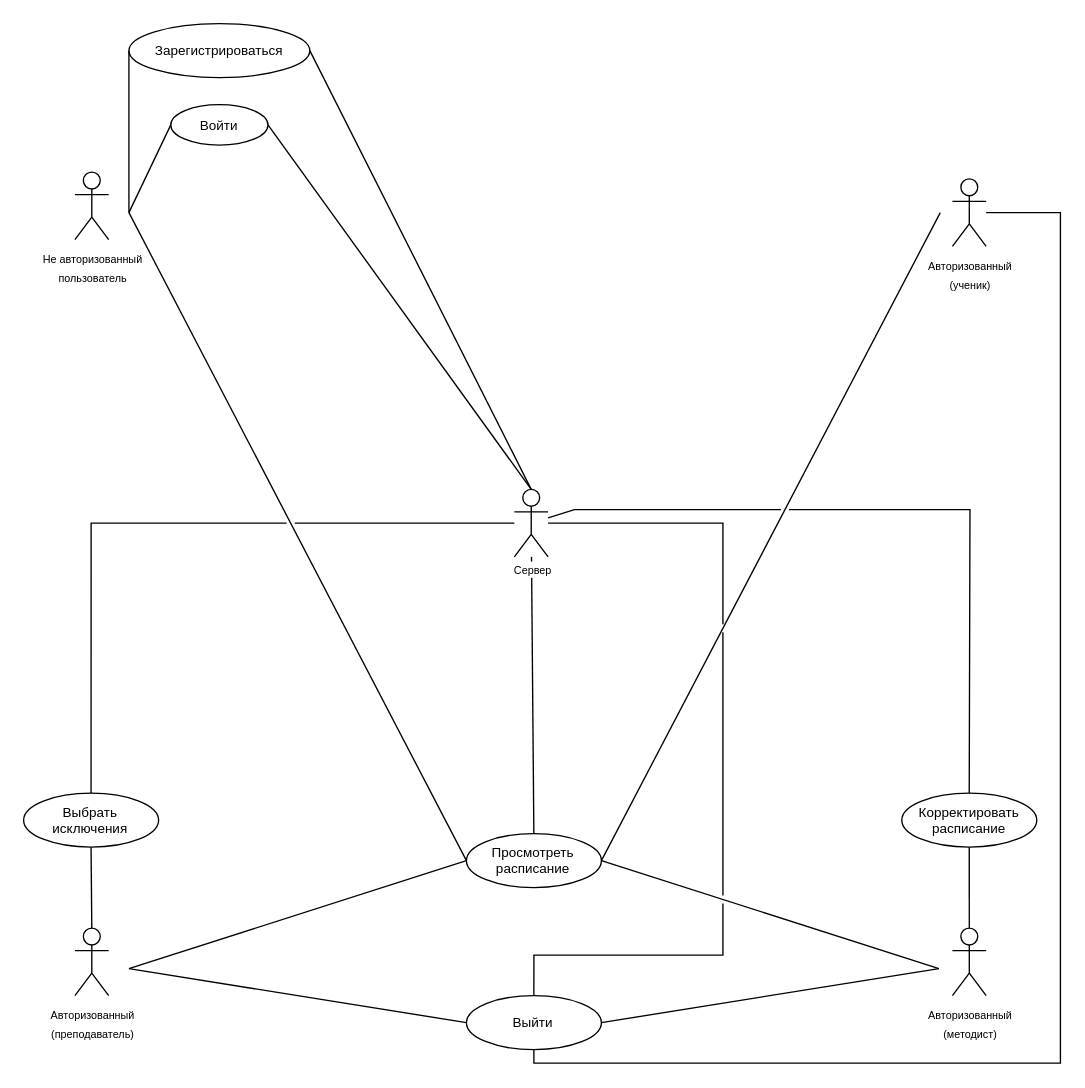
The draw.io diagram files/use_case/use_case.drawio in zefixed/raspyxxx, before the edit. Source tidied: cells renumbered, new cells numbered last; positions are measured from the earlier drawing's top-left corner, leaving out a move shared by most shapes. Both pictures are drawn from the tidied source at 135%, with x=0, y=0 at pixel (23, 23).
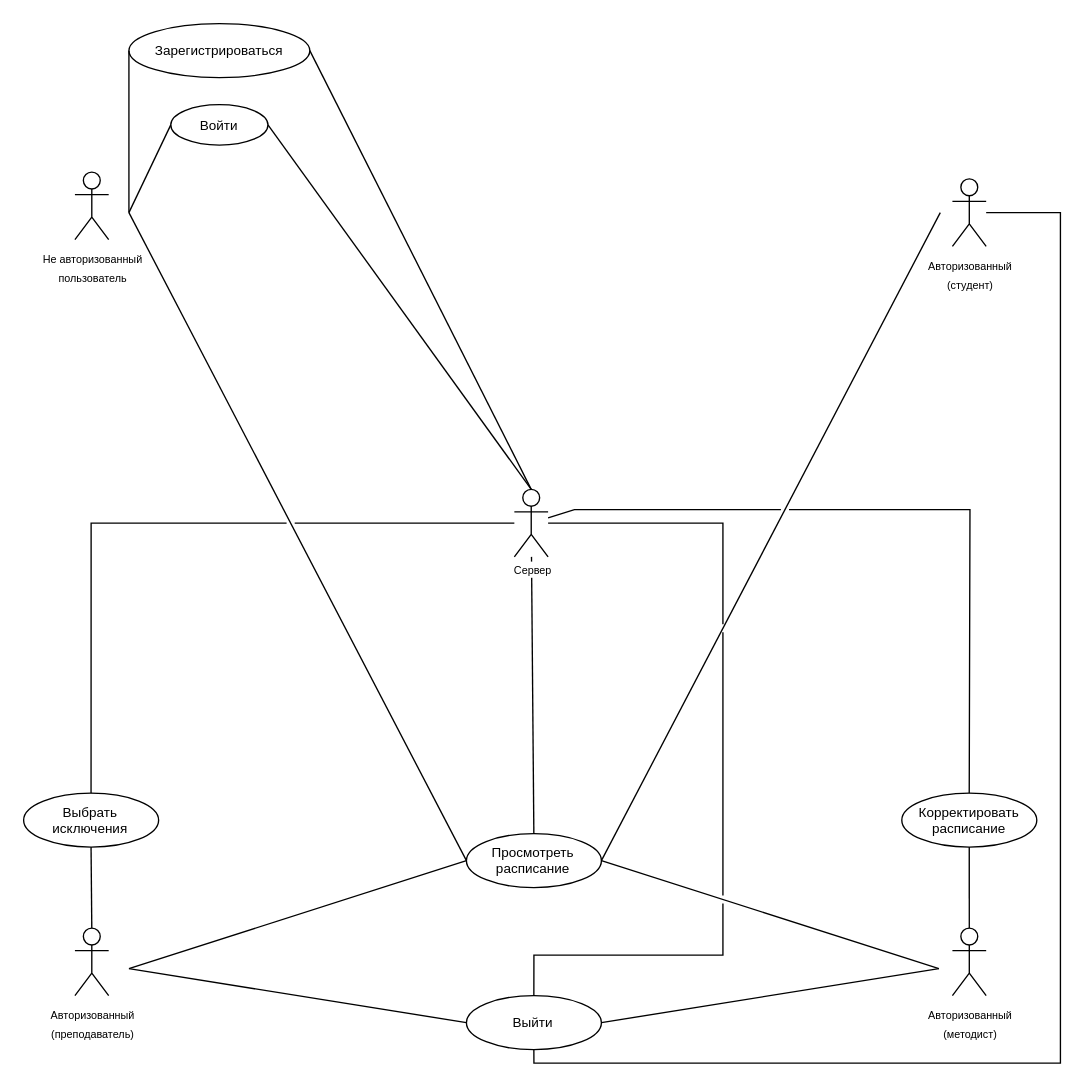
The same page after the edit.

Commit message (it also covers changes not shown here):
fix use case

The edit, as a diff of the source:
```diff
@@
-    <mxCell id="3" value="&lt;span style=&quot;font-size: 8px;&quot;&gt;Авторизованный&lt;br&gt;(ученик)&lt;/span&gt;" style="shape=umlActor;verticalLabelPosition=bottom;verticalAlign=top;html=1;outlineConnect=0;fillColor=none;" parent="1" vertex="1">
+    <mxCell id="3" value="&lt;span style=&quot;font-size: 8px;&quot;&gt;Авторизованный&lt;br&gt;(студент)&lt;/span&gt;" style="shape=umlActor;verticalLabelPosition=bottom;verticalAlign=top;html=1;outlineConnect=0;fillColor=none;" parent="1" vertex="1">
       <mxGeometry x="688" y="115" width="25" height="50" as="geometry" />
     </mxCell>
```
